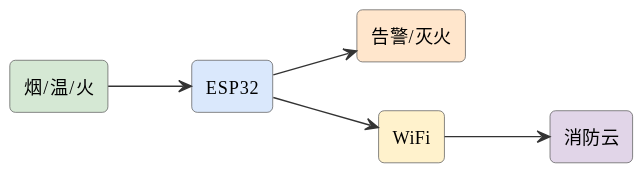
The PlantUML diagram assets/diagrams/ideas-fig44.svg in mingyi0818/IntelligentMcuCourse, before a commit.
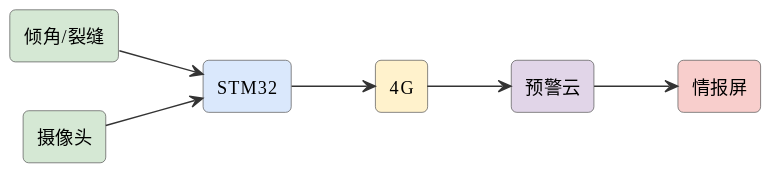
The same diagram one commit later.

Diff of the diagram source:
```diff
@@ -6,13 +6,15 @@
 skinparam arrowFontSize 11
 skinparam arrowColor #333
 left to right direction
-rectangle "烟/温/火" as s #d5e8d4
-rectangle "ESP32" as esp #dae8fc
-rectangle "告警/灭火" as act #ffe6cc
-rectangle "WiFi" as wifi #fff2cc
-rectangle "消防云" as cloud #e1d5e8
-s --> esp
-esp --> act
-esp --> wifi
-wifi --> cloud
+rectangle "倾角/裂缝" as s #d5e8d4
+rectangle "STM32" as stm #dae8fc
+rectangle "摄像头" as cam #d5e8d4
+rectangle "4G" as g #fff2cc
+rectangle "预警云" as cloud #e1d5e8
+rectangle "情报屏" as scr #f8cecc
+s --> stm
+cam --> stm
+stm --> g
+g --> cloud
+cloud --> scr
 @enduml
```
